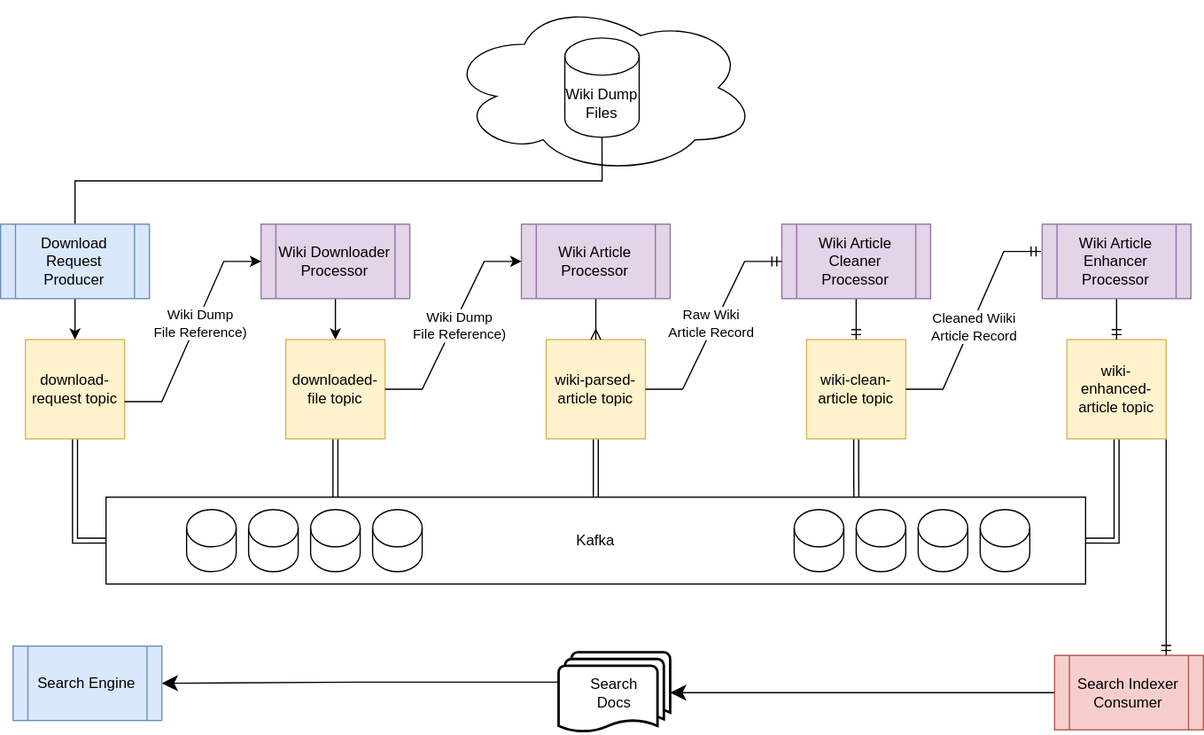
Above: docs/arch_diagrams/search_indexer-StreamFlow.drawio.svg in krickert/search_indexer (draw.io), before the change. Source tidied: cells renumbered, new cells last; positions are measured from the earlier drawing's top-left corner, leaving out a move shared by most shapes.
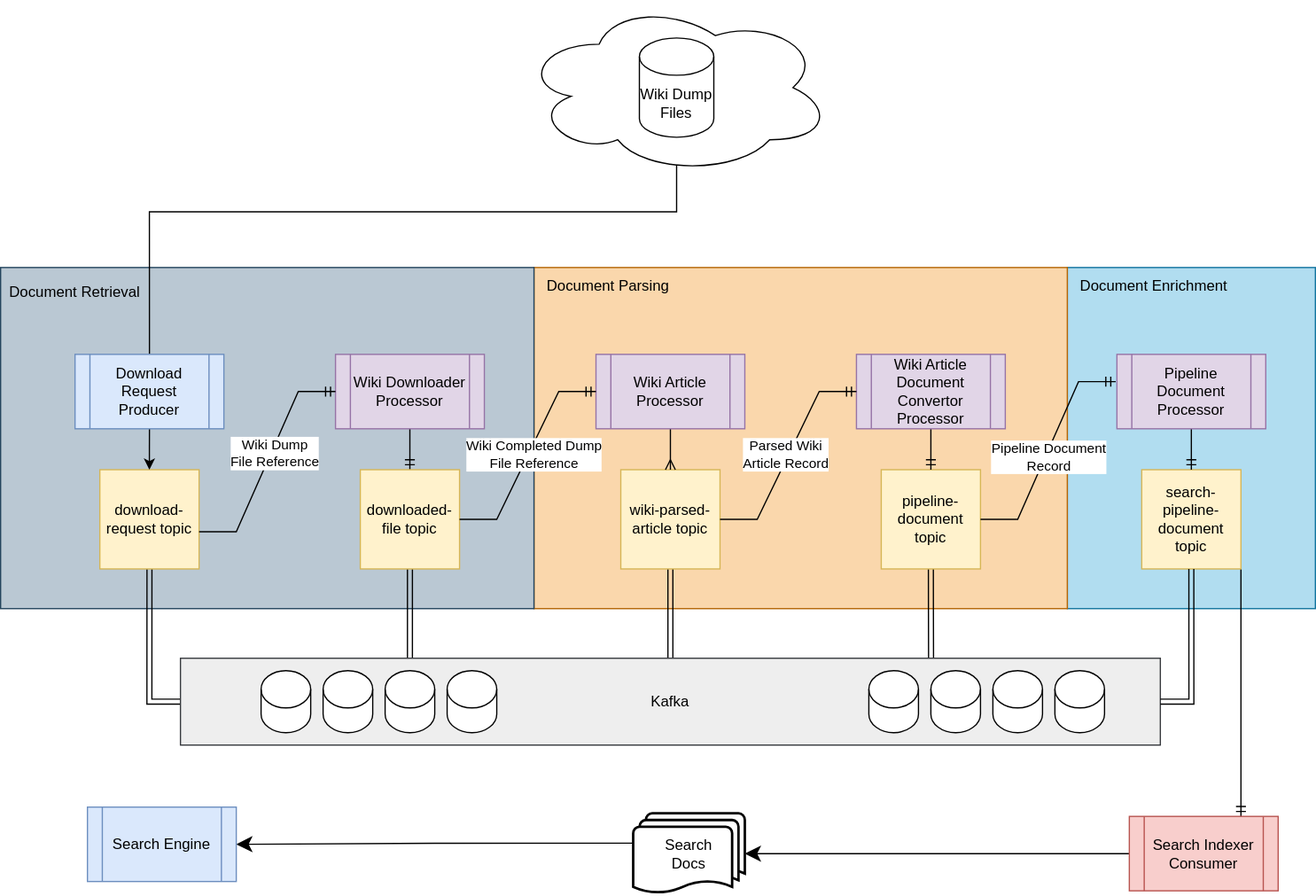
The same diagram one commit later.

Diff of the diagram source:
```diff
@@ -2,10 +2,16 @@
   <root>
     <mxCell id="0" />
     <mxCell id="1" parent="0" />
-    <mxCell id="2" style="ellipse;shape=cloud;whiteSpace=wrap;html=1;" parent="1" vertex="1">
-      <mxGeometry x="360" width="250" height="140" as="geometry" />
-    </mxCell>
+    <mxCell id="52" value="&lt;span style=&quot;color: rgba(0, 0, 0, 0); font-family: monospace; font-size: 0px; text-align: start;&quot;&gt;%3CmxGraphModel%3E%3Croot%3E%3CmxCell%20id%3D%220%22%2F%3E%3CmxCell%20id%3D%221%22%20parent%3D%220%22%2F%3E%3CmxCell%20id%3D%222%22%20value%3D%22Document%20Retrieval%22%20style%3D%22text%3Bhtml%3D1%3BstrokeColor%3Dnone%3BfillColor%3Dnone%3Balign%3Dcenter%3BverticalAlign%3Dmiddle%3BwhiteSpace%3Dwrap%3Brounded%3D0%3B%22%20vertex%3D%221%22%20parent%3D%221%22%3E%3CmxGeometry%20x%3D%22300%22%20y%3D%22-730%22%20width%3D%22120%22%20height%3D%2230%22%20as%3D%22geometry%22%2F%3E%3C%2FmxCell%3E%3C%2Froot%3E%3C%2FmxGraphModel%3E&lt;/span&gt;&lt;span style=&quot;color: rgba(0, 0, 0, 0); font-family: monospace; font-size: 0px; text-align: start;&quot;&gt;%3CmxGraphModel%3E%3Croot%3E%3CmxCell%20id%3D%220%22%2F%3E%3CmxCell%20id%3D%221%22%20parent%3D%220%22%2F%3E%3CmxCell%20id%3D%222%22%20value%3D%22Document%20Retrieval%22%20style%3D%22text%3Bhtml%3D1%3BstrokeColor%3Dnone%3BfillColor%3Dnone%3Balign%3Dcenter%3BverticalAlign%3Dmiddle%3BwhiteSpace%3Dwrap%3Brounded%3D0%3B%22%20vertex%3D%221%22%20parent%3D%221%22%3E%3CmxGeometry%20x%3D%22300%22%20y%3D%22-730%22%20width%3D%22120%22%20height%3D%2230%22%20as%3D%22geometry%22%2F%3E%3C%2FmxCell%3E%3C%2Froot%3E%3C%2FmxGraphModel%3E&lt;/span&gt;" style="rounded=0;whiteSpace=wrap;html=1;fillColor=#b1ddf0;strokeColor=#10739e;" parent="1" vertex="1">
+      <mxGeometry x="800" y="110" width="200" height="275" as="geometry" />
+    </mxCell>
+    <mxCell id="53" value="&lt;span style=&quot;color: rgba(0, 0, 0, 0); font-family: monospace; font-size: 0px; text-align: start;&quot;&gt;%3CmxGraphModel%3E%3Croot%3E%3CmxCell%20id%3D%220%22%2F%3E%3CmxCell%20id%3D%221%22%20parent%3D%220%22%2F%3E%3CmxCell%20id%3D%222%22%20value%3D%22Document%20Retrieval%22%20style%3D%22text%3Bhtml%3D1%3BstrokeColor%3Dnone%3BfillColor%3Dnone%3Balign%3Dcenter%3BverticalAlign%3Dmiddle%3BwhiteSpace%3Dwrap%3Brounded%3D0%3B%22%20vertex%3D%221%22%20parent%3D%221%22%3E%3CmxGeometry%20x%3D%22300%22%20y%3D%22-730%22%20width%3D%22120%22%20height%3D%2230%22%20as%3D%22geometry%22%2F%3E%3C%2FmxCell%3E%3C%2Froot%3E%3C%2FmxGraphModel%3E&lt;/span&gt;&lt;span style=&quot;color: rgba(0, 0, 0, 0); font-family: monospace; font-size: 0px; text-align: start;&quot;&gt;%3CmxGraphModel%3E%3Croot%3E%3CmxCell%20id%3D%220%22%2F%3E%3CmxCell%20id%3D%221%22%20parent%3D%220%22%2F%3E%3CmxCell%20id%3D%222%22%20value%3D%22Document%20Retrieval%22%20style%3D%22text%3Bhtml%3D1%3BstrokeColor%3Dnone%3BfillColor%3Dnone%3Balign%3Dcenter%3BverticalAlign%3Dmiddle%3BwhiteSpace%3Dwrap%3Brounded%3D0%3B%22%20vertex%3D%221%22%20parent%3D%221%22%3E%3CmxGeometry%20x%3D%22300%22%20y%3D%22-730%22%20width%3D%22120%22%20height%3D%2230%22%20as%3D%22geometry%22%2F%3E%3C%2FmxCell%3E%3C%2Froot%3E%3C%2FmxGraphModel%3E&lt;/span&gt;" style="rounded=0;whiteSpace=wrap;html=1;fillColor=#fad7ac;strokeColor=#b46504;" parent="1" vertex="1">
+      <mxGeometry x="370" y="110" width="430" height="275" as="geometry" />
+    </mxCell>
+    <mxCell id="54" style="rounded=0;whiteSpace=wrap;html=1;fillColor=#bac8d3;strokeColor=#23445d;" parent="1" vertex="1">
+      <mxGeometry x="-60" y="110" width="430" height="275" as="geometry" />
+    </mxCell>
-    <mxCell id="3" style="edgeStyle=orthogonalEdgeStyle;rounded=0;jettySize=auto;html=1;" parent="1" edge="1" source="4" target="8">
+    <mxCell id="3" style="edgeStyle=orthogonalEdgeStyle;rounded=0;jettySize=auto;html=1;endArrow=ERmandOne;endFill=0;" parent="1" edge="1" source="4" target="8">
       <mxGeometry relative="1" as="geometry" />
     </mxCell>
     <mxCell id="4" value="Wiki Downloader&lt;br&gt;Processor" style="shape=process;whiteSpace=wrap;html=1;backgroundOutline=1;fillColor=#e1d5e7;strokeColor=#9673a6;" parent="1" vertex="1">
@@ -26,16 +32,13 @@
     <mxCell id="9" style="edgeStyle=orthogonalEdgeStyle;shape=link;rounded=0;jettySize=auto;html=1;exitX=0.5;exitY=1;exitDx=0;exitDy=0;entryX=0.766;entryY=0;entryDx=0;entryDy=0;entryPerimeter=0;endArrow=ERmandOne;endFill=0;" parent="1" edge="1" source="10" target="39">
       <mxGeometry relative="1" as="geometry" />
     </mxCell>
-    <mxCell id="10" value="wiki-clean-article topic" style="whiteSpace=wrap;html=1;fillColor=#fff2cc;strokeColor=#d6b656;" parent="1" vertex="1">
+    <mxCell id="10" value="pipeline-document topic" style="whiteSpace=wrap;html=1;fillColor=#fff2cc;strokeColor=#d6b656;" parent="1" vertex="1">
       <mxGeometry x="650" y="273" width="80" height="80" as="geometry" />
     </mxCell>
-    <mxCell id="11" style="edgeStyle=orthogonalEdgeStyle;shape=link;rounded=0;jettySize=auto;html=1;exitX=0.5;exitY=1;exitDx=0;exitDy=0;entryX=1;entryY=0.5;entryDx=0;entryDy=0;endArrow=ERmandOne;endFill=0;" parent="1" edge="1" source="13" target="39">
-      <mxGeometry relative="1" as="geometry" />
-    </mxCell>
     <mxCell id="12" style="edgeStyle=orthogonalEdgeStyle;rounded=0;jettySize=auto;html=1;exitX=1;exitY=1;exitDx=0;exitDy=0;entryX=0.75;entryY=0;entryDx=0;entryDy=0;endArrow=ERmandOne;endFill=0;" parent="1" edge="1" source="13" target="21">
       <mxGeometry relative="1" as="geometry" />
     </mxCell>
-    <mxCell id="13" value="wiki-enhanced-article topic" style="whiteSpace=wrap;html=1;fillColor=#fff2cc;strokeColor=#d6b656;" parent="1" vertex="1">
+    <mxCell id="13" value="search-pipeline-document topic" style="whiteSpace=wrap;html=1;fillColor=#fff2cc;strokeColor=#d6b656;" parent="1" vertex="1">
       <mxGeometry x="860" y="273" width="80" height="80" as="geometry" />
     </mxCell>
     <mxCell id="14" style="edgeStyle=orthogonalEdgeStyle;rounded=0;jettySize=auto;html=1;exitX=0.5;exitY=1;exitDx=0;exitDy=0;entryX=0.5;entryY=0;entryDx=0;entryDy=0;endArrow=ERmany;endFill=0;" parent="1" edge="1" source="15" target="6">
@@ -47,34 +50,34 @@
     <mxCell id="16" style="edgeStyle=orthogonalEdgeStyle;rounded=0;jettySize=auto;html=1;exitX=0.5;exitY=1;exitDx=0;exitDy=0;entryX=0.5;entryY=0;entryDx=0;entryDy=0;endArrow=ERmandOne;endFill=0;" parent="1" edge="1" source="17" target="10">
       <mxGeometry relative="1" as="geometry" />
     </mxCell>
-    <mxCell id="17" value="Wiki Article Cleaner Processor" style="shape=process;whiteSpace=wrap;html=1;backgroundOutline=1;fillColor=#e1d5e7;strokeColor=#9673a6;" parent="1" vertex="1">
+    <mxCell id="17" value="Wiki Article Document Convertor Processor" style="shape=process;whiteSpace=wrap;html=1;backgroundOutline=1;fillColor=#e1d5e7;strokeColor=#9673a6;" parent="1" vertex="1">
       <mxGeometry x="630" y="180" width="120" height="60" as="geometry" />
     </mxCell>
     <mxCell id="18" style="edgeStyle=orthogonalEdgeStyle;rounded=0;jettySize=auto;html=1;exitX=0.5;exitY=1;exitDx=0;exitDy=0;entryX=0.5;entryY=0;entryDx=0;entryDy=0;endArrow=ERmandOne;endFill=0;" parent="1" edge="1" source="19" target="13">
       <mxGeometry relative="1" as="geometry" />
     </mxCell>
-    <mxCell id="19" value="Wiki Article Enhancer Processor" style="shape=process;whiteSpace=wrap;html=1;backgroundOutline=1;fillColor=#e1d5e7;strokeColor=#9673a6;" parent="1" vertex="1">
+    <mxCell id="19" value="Pipeline Document Processor" style="shape=process;whiteSpace=wrap;html=1;backgroundOutline=1;fillColor=#e1d5e7;strokeColor=#9673a6;" parent="1" vertex="1">
       <mxGeometry x="840" y="180" width="120" height="60" as="geometry" />
     </mxCell>
     <mxCell id="20" style="edgeStyle=orthogonalEdgeStyle;rounded=0;jettySize=auto;html=1;exitX=0;exitY=0.5;exitDx=0;exitDy=0;entryX=1;entryY=0.5;entryDx=0;entryDy=0;entryPerimeter=0;startArrow=none;startFill=0;endArrow=classic;endFill=1;startSize=10;endSize=10;" parent="1" edge="1" source="21" target="23">
       <mxGeometry relative="1" as="geometry" />
     </mxCell>
     <mxCell id="21" value="Search Indexer&lt;br&gt;Consumer" style="shape=process;whiteSpace=wrap;html=1;backgroundOutline=1;fillColor=#f8cecc;strokeColor=#b85450;" parent="1" vertex="1">
-      <mxGeometry x="850" y="527.5" width="120" height="60" as="geometry" />
+      <mxGeometry x="850" y="552.5" width="120" height="60" as="geometry" />
     </mxCell>
     <mxCell id="22" style="edgeStyle=orthogonalEdgeStyle;rounded=0;jettySize=auto;html=1;exitX=0.05;exitY=0.37;exitDx=0;exitDy=0;exitPerimeter=0;entryX=1;entryY=0.5;entryDx=0;entryDy=0;startArrow=none;startFill=0;endArrow=classic;endFill=1;startSize=10;endSize=10;" parent="1" edge="1" source="23" target="24">
       <mxGeometry relative="1" as="geometry" />
     </mxCell>
     <mxCell id="23" value="Search &lt;br&gt;Docs" style="strokeWidth=2;html=1;shape=mxgraph.flowchart.multi-document;whiteSpace=wrap;" parent="1" vertex="1">
-      <mxGeometry x="450" y="525" width="90" height="65" as="geometry" />
+      <mxGeometry x="450" y="550" width="90" height="65" as="geometry" />
     </mxCell>
     <mxCell id="24" value="Search Engine" style="shape=process;whiteSpace=wrap;html=1;backgroundOutline=1;fillColor=#dae8fc;strokeColor=#6c8ebf;" parent="1" vertex="1">
-      <mxGeometry x="10" y="520" width="120" height="60" as="geometry" />
+      <mxGeometry x="10" y="545" width="120" height="60" as="geometry" />
     </mxCell>
-    <mxCell id="25" style="edgeStyle=entityRelationEdgeStyle;fontSize=12;html=1;endArrow=classic;rounded=0;exitX=1;exitY=0.5;exitDx=0;exitDy=0;entryX=0;entryY=0.5;entryDx=0;entryDy=0;endFill=1;" parent="1" edge="1" source="8" target="15">
+    <mxCell id="25" style="edgeStyle=entityRelationEdgeStyle;fontSize=12;html=1;endArrow=ERmandOne;rounded=0;exitX=1;exitY=0.5;exitDx=0;exitDy=0;entryX=0;entryY=0.5;entryDx=0;entryDy=0;endFill=0;" parent="1" edge="1" source="8" target="15">
       <mxGeometry relative="1" as="geometry" />
     </mxCell>
-    <mxCell id="26" value="Wiki Dump&lt;br&gt;File Reference)" style="edgeLabel;html=1;align=center;verticalAlign=middle;" parent="25" vertex="1">
+    <mxCell id="26" value="Wiki Completed Dump&lt;br&gt;File Reference" style="edgeLabel;html=1;align=center;verticalAlign=middle;" parent="25" vertex="1">
       <mxGeometry x="0.15" y="-3" relative="1" as="geometry">
         <mxPoint x="-4" y="10" as="offset" />
       </mxGeometry>
@@ -82,7 +85,7 @@
     <mxCell id="27" style="edgeStyle=entityRelationEdgeStyle;fontSize=12;html=1;endArrow=ERmandOne;startArrow=none;rounded=0;entryX=0;entryY=0.5;entryDx=0;entryDy=0;exitX=1;exitY=0.5;exitDx=0;exitDy=0;startFill=0;" parent="1" edge="1" source="6" target="17">
       <mxGeometry relative="1" as="geometry" />
     </mxCell>
-    <mxCell id="28" value="Raw Wiki &lt;br&gt;Article Record" style="edgeLabel;html=1;align=center;verticalAlign=middle;" parent="27" vertex="1">
+    <mxCell id="28" value="Parsed Wiki &lt;br&gt;Article Record" style="edgeLabel;html=1;align=center;verticalAlign=middle;" parent="27" vertex="1">
       <mxGeometry x="-0.07" relative="1" as="geometry">
         <mxPoint y="-7" as="offset" />
       </mxGeometry>
@@ -90,7 +93,7 @@
     <mxCell id="29" style="edgeStyle=entityRelationEdgeStyle;fontSize=12;html=1;endArrow=ERmandOne;startArrow=none;rounded=0;entryX=-0.008;entryY=0.367;entryDx=0;entryDy=0;startFill=0;exitX=1;exitY=0.5;exitDx=0;exitDy=0;entryPerimeter=0;" parent="1" edge="1" source="10" target="19">
       <mxGeometry relative="1" as="geometry" />
     </mxCell>
-    <mxCell id="30" value="Cleaned Wiiki&lt;br&gt;Article Record" style="edgeLabel;html=1;align=center;verticalAlign=middle;" parent="29" vertex="1">
+    <mxCell id="30" value="Pipeline Document &lt;br&gt;Record" style="edgeLabel;html=1;align=center;verticalAlign=middle;" parent="29" vertex="1">
       <mxGeometry x="-0.04" y="-2" relative="1" as="geometry" />
     </mxCell>
     <mxCell id="31" style="edgeStyle=orthogonalEdgeStyle;shape=link;rounded=0;jettySize=auto;html=1;exitX=0.5;exitY=1;exitDx=0;exitDy=0;entryX=0;entryY=0.5;entryDx=0;entryDy=0;endArrow=ERmandOne;endFill=0;" parent="1" edge="1" source="32" target="39">
@@ -100,7 +103,12 @@
       <mxGeometry x="20" y="273" width="80" height="80" as="geometry" />
     </mxCell>
     <mxCell id="33" style="edgeStyle=orthogonalEdgeStyle;rounded=0;jettySize=auto;html=1;exitX=0.5;exitY=1;exitDx=0;exitDy=0;exitPerimeter=0;endArrow=none;entryX=0.5;entryY=0;entryDx=0;entryDy=0;" parent="1" edge="1" source="51" target="35">
-      <mxGeometry relative="1" as="geometry" />
+      <mxGeometry relative="1" as="geometry">
+        <Array as="points">
+          <mxPoint x="485" y="65" />
+          <mxPoint x="60" y="65" />
+        </Array>
+      </mxGeometry>
     </mxCell>
     <mxCell id="34" style="edgeStyle=orthogonalEdgeStyle;rounded=0;jettySize=auto;html=1;exitX=0.5;exitY=1;exitDx=0;exitDy=0;" parent="1" edge="1" source="35" target="32">
       <mxGeometry relative="1" as="geometry" />
@@ -108,24 +116,39 @@
     <mxCell id="35" value="Download Request Producer" style="shape=process;whiteSpace=wrap;html=1;backgroundOutline=1;fillColor=#dae8fc;strokeColor=#6c8ebf;" parent="1" vertex="1">
       <mxGeometry y="180" width="120" height="60" as="geometry" />
     </mxCell>
-    <mxCell id="36" style="edgeStyle=entityRelationEdgeStyle;fontSize=12;html=1;endArrow=classic;rounded=0;exitX=1;exitY=0.5;exitDx=0;exitDy=0;entryX=0;entryY=0.5;entryDx=0;entryDy=0;endFill=1;" parent="1" edge="1" target="4">
+    <mxCell id="36" style="edgeStyle=entityRelationEdgeStyle;fontSize=12;html=1;endArrow=ERmandOne;rounded=0;exitX=1;exitY=0.5;exitDx=0;exitDy=0;entryX=0;entryY=0.5;entryDx=0;entryDy=0;endFill=0;" parent="1" edge="1" target="4">
       <mxGeometry relative="1" as="geometry">
         <mxPoint x="100" y="323" as="sourcePoint" />
       </mxGeometry>
     </mxCell>
-    <mxCell id="37" value="Wiki Dump&lt;br&gt;File Reference)" style="edgeLabel;html=1;align=center;verticalAlign=middle;" parent="36" vertex="1">
+    <mxCell id="37" value="Wiki Dump&lt;br&gt;File Reference" style="edgeLabel;html=1;align=center;verticalAlign=middle;" parent="36" vertex="1">
       <mxGeometry x="0.15" y="-3" relative="1" as="geometry">
         <mxPoint x="-3" y="5" as="offset" />
       </mxGeometry>
     </mxCell>
-    <mxCell id="38" style="group;" parent="1" vertex="1">
-      <mxGeometry x="110" y="400" width="780" height="70" as="geometry" />
-    </mxCell>
+    <mxCell id="55" value="Document Retrieval" style="text;html=1;strokeColor=none;fillColor=none;align=center;verticalAlign=middle;whiteSpace=wrap;rounded=0;" parent="1" vertex="1">
+      <mxGeometry x="-60" y="115" width="120" height="30" as="geometry" />
+    </mxCell>
+    <mxCell id="56" style="group;" parent="1" vertex="1">
+      <mxGeometry x="360" y="-105" width="250" height="140" as="geometry" />
+    </mxCell>
+    <mxCell id="2" style="ellipse;shape=cloud;whiteSpace=wrap;html=1;" parent="56" vertex="1">
+      <mxGeometry width="250" height="140" as="geometry" />
+    </mxCell>
+    <mxCell id="51" value="Wiki Dump Files" style="shape=cylinder3;whiteSpace=wrap;html=1;boundedLbl=1;backgroundOutline=1;size=15;" parent="56" vertex="1">
+      <mxGeometry x="95" y="30" width="60" height="80" as="geometry" />
+    </mxCell>
+    <mxCell id="57" value="Document Parsing" style="text;html=1;strokeColor=none;fillColor=none;align=center;verticalAlign=middle;whiteSpace=wrap;rounded=0;" parent="1" vertex="1">
+      <mxGeometry x="370" y="110" width="120" height="30" as="geometry" />
+    </mxCell>
+    <mxCell id="58" value="Document Enrichment" style="text;html=1;strokeColor=none;fillColor=none;align=center;verticalAlign=middle;whiteSpace=wrap;rounded=0;" parent="1" vertex="1">
+      <mxGeometry x="800" y="110" width="140" height="30" as="geometry" />
+    </mxCell>
-    <mxCell id="39" value="Kafka" style="rounded=0;whiteSpace=wrap;html=1;" parent="38" vertex="1">
-      <mxGeometry x="-25" width="790" height="70" as="geometry" />
+    <mxCell id="39" value="Kafka" style="rounded=0;whiteSpace=wrap;html=1;fillColor=#eeeeee;strokeColor=#36393d;" parent="1" vertex="1">
+      <mxGeometry x="85" y="425" width="790" height="70" as="geometry" />
     </mxCell>
-    <mxCell id="40" style="group;" parent="38" vertex="1">
-      <mxGeometry x="40" y="10" width="190" height="50" as="geometry" />
+    <mxCell id="40" style="group;" parent="1" vertex="1">
+      <mxGeometry x="150" y="435" width="190" height="50" as="geometry" />
     </mxCell>
     <mxCell id="41" style="shape=cylinder3;whiteSpace=wrap;html=1;boundedLbl=1;backgroundOutline=1;size=15;" parent="40" vertex="1">
       <mxGeometry width="40" height="50" as="geometry" />
@@ -139,8 +162,8 @@
     <mxCell id="44" style="shape=cylinder3;whiteSpace=wrap;html=1;boundedLbl=1;backgroundOutline=1;size=15;" parent="40" vertex="1">
       <mxGeometry x="100" width="40" height="50" as="geometry" />
     </mxCell>
-    <mxCell id="45" style="group;" parent="38" vertex="1">
-      <mxGeometry x="530" y="10" width="190" height="50" as="geometry" />
+    <mxCell id="45" style="group;" parent="1" vertex="1">
+      <mxGeometry x="640" y="435" width="190" height="50" as="geometry" />
     </mxCell>
     <mxCell id="46" style="shape=cylinder3;whiteSpace=wrap;html=1;boundedLbl=1;backgroundOutline=1;size=15;" parent="45" vertex="1">
       <mxGeometry x="50" width="40" height="50" as="geometry" />
@@ -157,8 +180,8 @@
     <mxCell id="50" style="shape=cylinder3;whiteSpace=wrap;html=1;boundedLbl=1;backgroundOutline=1;size=15;" parent="47" vertex="1">
       <mxGeometry x="100" width="40" height="50" as="geometry" />
     </mxCell>
-    <mxCell id="51" value="Wiki Dump Files" style="shape=cylinder3;whiteSpace=wrap;html=1;boundedLbl=1;backgroundOutline=1;size=15;" parent="1" vertex="1">
-      <mxGeometry x="455" y="30" width="60" height="80" as="geometry" />
-    </mxCell>
+    <mxCell id="11" style="edgeStyle=orthogonalEdgeStyle;shape=link;rounded=0;jettySize=auto;html=1;exitX=0.5;exitY=1;exitDx=0;exitDy=0;entryX=1;entryY=0.5;entryDx=0;entryDy=0;endArrow=ERmandOne;endFill=0;" parent="1" edge="1" source="13" target="39">
+      <mxGeometry relative="1" as="geometry" />
+    </mxCell>
   </root>
 </mxGraphModel>
```
